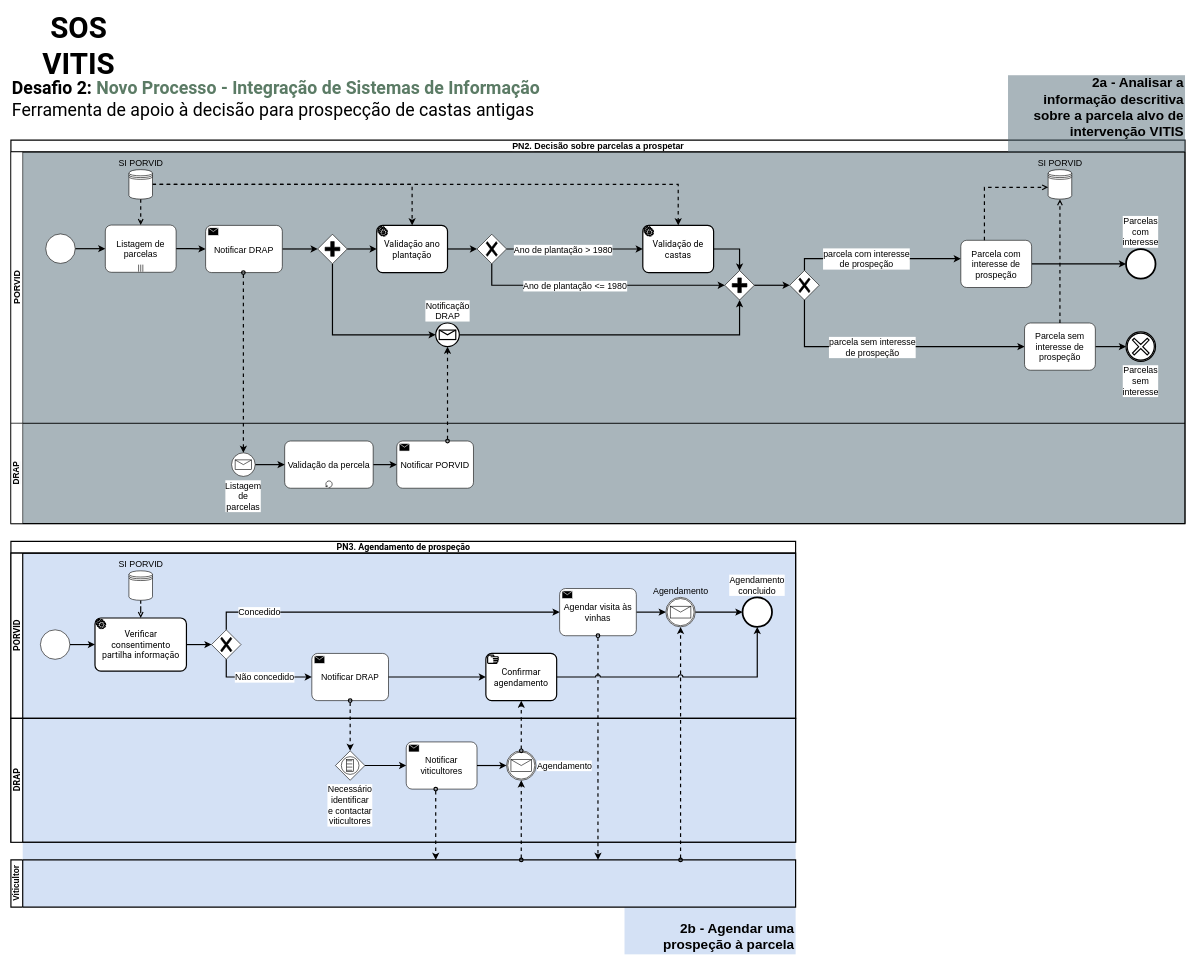
Earlier version of the draw.io diagram docs/diagramas/desafio2/desafio2-novo-SI.drawio (hdiogosilva/sos-vitis). Source tidied: cells renumbered, new cells numbered last; positions are measured from the earlier drawing's top-left corner, leaving out a move shared by most shapes. Both pictures are drawn from the tidied source at 59%, with x=0, y=0 at pixel (11, 22).
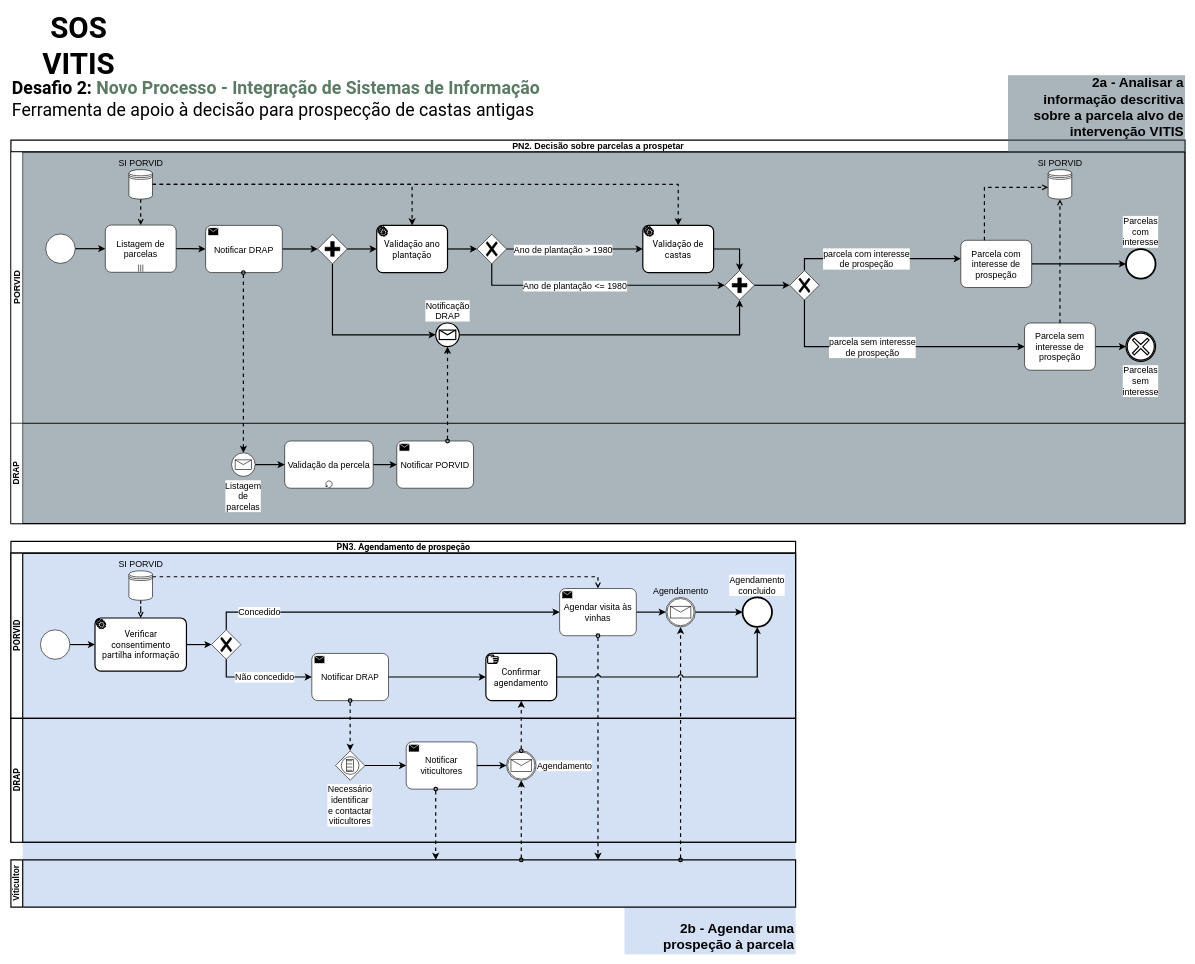
The same diagram, later.

Commit message (it also covers changes not shown here):
Desafio 2 descriptions completed

The change refers to these unchanged cells:
```xml
<mxCell id="63" value="PORVID" style="swimlane;html=1;startSize=20;horizontal=0;fontFamily=Roboto;fontSize=15;fontColor=#000000;strokeColor=default;strokeWidth=2;fillColor=default;gradientColor=none;" parent="62" vertex="1">
  <mxGeometry y="20" width="1330" height="280" as="geometry" />
</mxCell>
<mxCell id="67" value="SI PORVID" style="shape=datastore;labelPosition=center;verticalLabelPosition=top;align=center;verticalAlign=bottom;rounded=0;shadow=0;glass=0;sketch=0;fontSize=15;html=1;" parent="63" vertex="1">
  <mxGeometry x="200" y="30" width="40" height="50" as="geometry" />
</mxCell>
<mxCell id="70" value="Agendar visita às vinhas" style="points=[[0.25,0,0],[0.5,0,0],[0.75,0,0],[1,0.25,0],[1,0.5,0],[1,0.75,0],[0.75,1,0],[0.5,1,0],[0.25,1,0],[0,0.75,0],[0,0.5,0],[0,0.25,0]];shape=mxgraph.bpmn.task;whiteSpace=wrap;rectStyle=rounded;size=10;taskMarker=send;rounded=0;shadow=0;glass=0;sketch=0;fontSize=15;align=center;verticalAlign=middle;html=1;" parent="63" vertex="1">
  <mxGeometry x="930" y="60" width="130" height="80" as="geometry" />
</mxCell>
```

Diff of the diagram source:
```diff
@@
+    <mxCell id="92" style="edgeStyle=orthogonalEdgeStyle;rounded=0;jettySize=auto;html=1;fontSize=15;dashed=1;strokeWidth=2;endArrow=open;endFill=0;" parent="63" edge="1" source="67" target="70">
+      <mxGeometry relative="1" as="geometry">
+        <Array as="points">
+          <mxPoint x="995" y="40" />
+        </Array>
+      </mxGeometry>
+    </mxCell>
```
